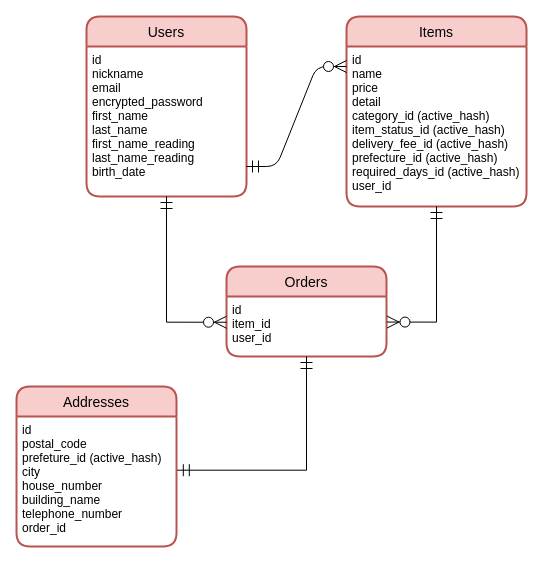
The draw.io diagram furima-32050.dio in yuki526/furima-32050, before the edit. Source tidied: cells renumbered, new cells numbered last; positions are measured from the earlier drawing's top-left corner, leaving out a move shared by most shapes. Both pictures are drawn from the tidied source at 100%, with x=0, y=0 at pixel (16, 16).
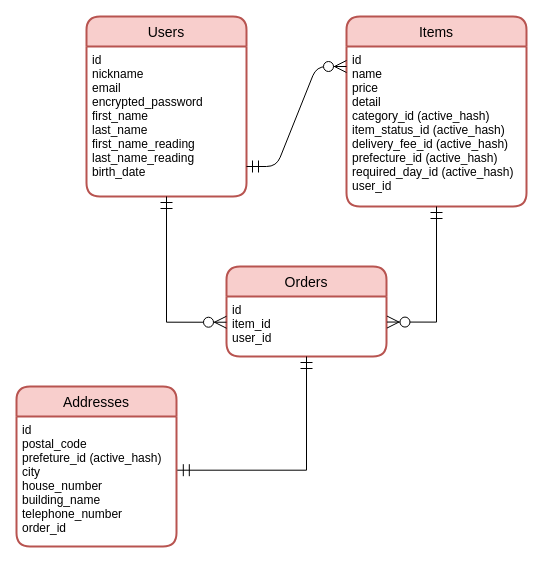
The same diagram, later.

Change to the diagram source:
```diff
@@
 <mxGraphModel>
   <root>
     <mxCell id="0" />
     <mxCell id="1" parent="0" />
     <mxCell id="2" value="Users" style="swimlane;horizontal=1;startSize=30;rounded=1;fontSize=14;fontStyle=0;strokeWidth=2;shadow=0;dashed=0;align=center;fillColor=#f8cecc;strokeColor=#b85450;fontFamily=Helvetica;" parent="1" vertex="1">
       <mxGeometry x="70" width="160" height="180" as="geometry" />
     </mxCell>
     <mxCell id="3" value="id&#10;nickname&#10;email&#10;encrypted_password&#10;first_name&#10;last_name&#10;first_name_reading&#10;last_name_reading&#10;birth_date&#10;" style="align=left;strokeColor=none;fillColor=none;spacingLeft=4;fontSize=12;verticalAlign=top;" parent="2" vertex="1">
       <mxGeometry y="30" width="160" height="150" as="geometry" />
     </mxCell>
     <mxCell id="4" value="Items" style="swimlane;horizontal=1;startSize=30;rounded=1;fontSize=14;fontStyle=0;strokeWidth=2;shadow=0;dashed=0;align=center;fillColor=#f8cecc;strokeColor=#b85450;fontFamily=Helvetica;" parent="1" vertex="1">
       <mxGeometry x="330" width="180" height="190" as="geometry" />
     </mxCell>
-    <mxCell id="5" value="id&#10;name&#10;price&#10;detail&#10;category_id (active_hash)&#10;item_status_id (active_hash)&#10;delivery_fee_id (active_hash)&#10;prefecture_id (active_hash)&#10;required_days_id (active_hash)&#10;user_id&#10;" style="align=left;strokeColor=none;fillColor=none;spacingLeft=4;fontSize=12;verticalAlign=top;" parent="4" vertex="1">
+    <mxCell id="5" value="id&#10;name&#10;price&#10;detail&#10;category_id (active_hash)&#10;item_status_id (active_hash)&#10;delivery_fee_id (active_hash)&#10;prefecture_id (active_hash)&#10;required_day_id (active_hash)&#10;user_id&#10;" style="align=left;strokeColor=none;fillColor=none;spacingLeft=4;fontSize=12;verticalAlign=top;" parent="4" vertex="1">
       <mxGeometry y="30" width="180" height="160" as="geometry" />
     </mxCell>
     <mxCell id="6" style="edgeStyle=entityRelationEdgeStyle;fontSize=12;html=1;endArrow=ERzeroToMany;endFill=1;startArrow=ERmandOne;startFill=0;endSize=10;startSize=10;" parent="1" edge="1">
       <mxGeometry relative="1" as="geometry">
         <mxPoint x="230" y="150" as="sourcePoint" />
         <mxPoint x="330" y="50" as="targetPoint" />
       </mxGeometry>
     </mxCell>
     <mxCell id="7" value="Orders" style="swimlane;horizontal=1;startSize=30;rounded=1;fontSize=14;fontStyle=0;strokeWidth=2;shadow=0;dashed=0;align=center;fillColor=#f8cecc;strokeColor=#b85450;fontFamily=Helvetica;" parent="1" vertex="1">
       <mxGeometry x="210" y="250" width="160" height="90" as="geometry" />
     </mxCell>
     <mxCell id="8" value="id&#10;item_id&#10;user_id" style="align=left;strokeColor=none;fillColor=none;spacingLeft=4;fontSize=12;verticalAlign=top;" parent="7" vertex="1">
       <mxGeometry y="30" width="160" height="60" as="geometry" />
     </mxCell>
     <mxCell id="9" style="edgeStyle=orthogonalEdgeStyle;rounded=0;jettySize=auto;html=1;exitX=0.5;exitY=1;exitDx=0;exitDy=0;entryX=0;entryY=0.429;entryDx=0;entryDy=0;entryPerimeter=0;startSize=10;fontFamily=Helvetica;fontSize=14;endArrow=ERzeroToMany;endFill=1;endSize=10;startArrow=ERmandOne;startFill=0;" parent="1" edge="1" source="3" target="8">
       <mxGeometry relative="1" as="geometry" />
     </mxCell>
     <mxCell id="10" style="edgeStyle=orthogonalEdgeStyle;rounded=0;jettySize=auto;html=1;exitX=0.5;exitY=1;exitDx=0;exitDy=0;startSize=10;endArrow=ERzeroToMany;endFill=1;fontFamily=Helvetica;fontSize=14;entryX=1.003;entryY=0.426;entryDx=0;entryDy=0;entryPerimeter=0;startArrow=ERmandOne;startFill=0;endSize=10;" parent="1" edge="1" source="5" target="8">
       <mxGeometry relative="1" as="geometry" />
     </mxCell>
     <mxCell id="11" value="Addresses" style="swimlane;horizontal=1;startSize=30;rounded=1;fontSize=14;fontStyle=0;strokeWidth=2;shadow=0;dashed=0;align=center;fillColor=#f8cecc;strokeColor=#b85450;fontFamily=Helvetica;" parent="1" vertex="1">
       <mxGeometry y="370" width="160" height="160" as="geometry" />
     </mxCell>
     <mxCell id="12" value="id&#10;postal_code&#10;prefeture_id (active_hash)&#10;city&#10;house_number&#10;building_name&#10;telephone_number&#10;order_id" style="align=left;strokeColor=none;fillColor=none;spacingLeft=4;fontSize=12;verticalAlign=top;" parent="11" vertex="1">
       <mxGeometry y="30" width="160" height="130" as="geometry" />
     </mxCell>
     <mxCell id="13" style="edgeStyle=orthogonalEdgeStyle;rounded=0;jettySize=auto;html=1;exitX=0.5;exitY=1;exitDx=0;exitDy=0;entryX=1.005;entryY=0.413;entryDx=0;entryDy=0;entryPerimeter=0;endArrow=ERmandOne;endFill=0;startArrow=ERmandOne;startFill=0;endSize=10;startSize=10;" parent="1" edge="1" source="8" target="12">
       <mxGeometry relative="1" as="geometry" />
     </mxCell>
   </root>
 </mxGraphModel>
```
